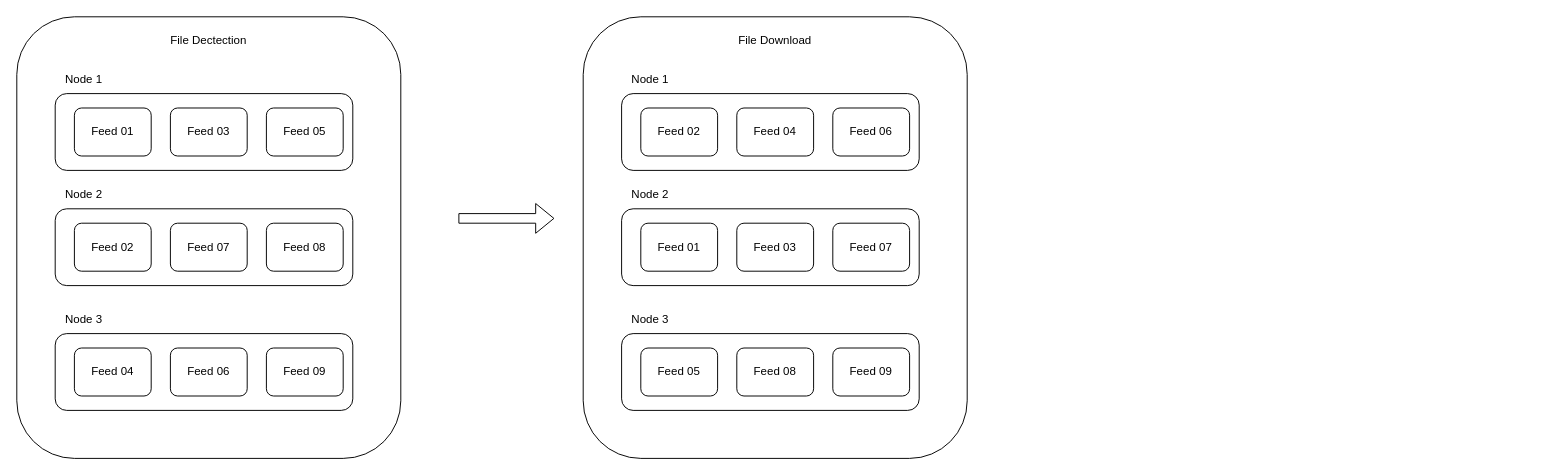
Earlier version of the draw.io diagram integration platform.drawio (EvanLeung08/eshare-architect-doc). Source tidied: cells renumbered, new cells numbered last; positions are measured from the earlier drawing's top-left corner, leaving out a move shared by most shapes. Both pictures are drawn from the tidied source at 96%, with x=0, y=0 at pixel (16, 16).
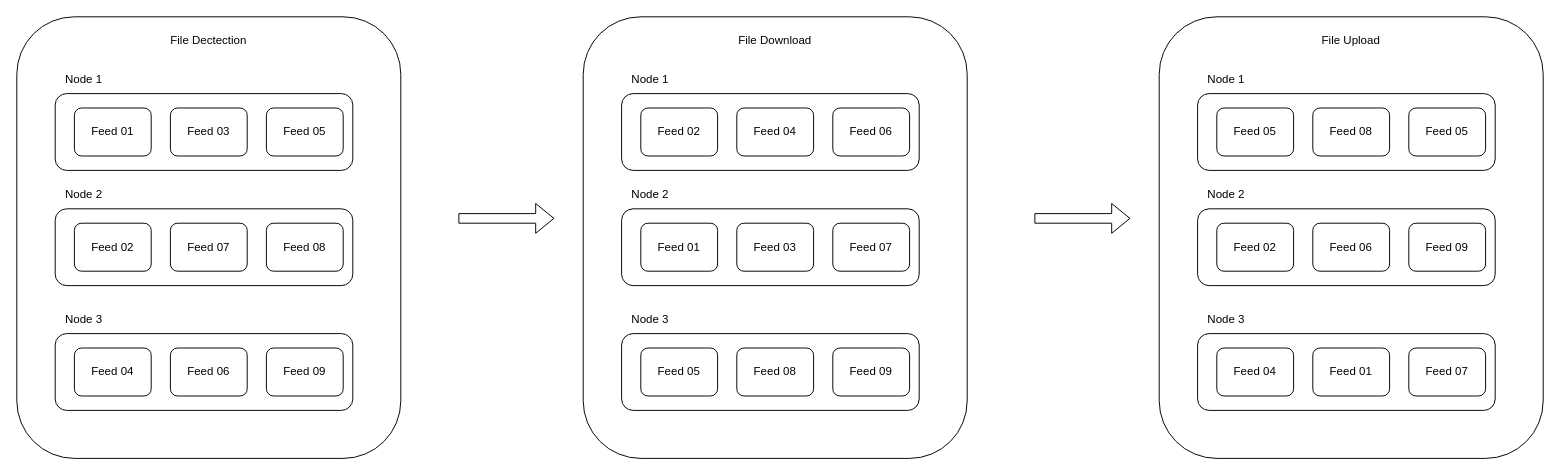
After the change.

Change to the diagram source:
```diff
@@
+    <mxCell id="37" style="rounded=1;whiteSpace=wrap;html=1;" parent="1" vertex="1">
+      <mxGeometry x="1190" width="400" height="460" as="geometry" />
+    </mxCell>
+    <mxCell id="38" style="rounded=1;whiteSpace=wrap;html=1;" parent="1" vertex="1">
+      <mxGeometry x="1230" y="80" width="310" height="80" as="geometry" />
+    </mxCell>
+    <mxCell id="39" value="Node 1" style="text;html=1;strokeColor=none;fillColor=none;align=center;verticalAlign=middle;whiteSpace=wrap;rounded=0;" parent="1" vertex="1">
+      <mxGeometry x="1230" y="50" width="60" height="30" as="geometry" />
+    </mxCell>
+    <mxCell id="40" value="Feed 05" style="rounded=1;whiteSpace=wrap;html=1;" parent="1" vertex="1">
+      <mxGeometry x="1250" y="95" width="80" height="50" as="geometry" />
+    </mxCell>
+    <mxCell id="41" value="Feed 08" style="rounded=1;whiteSpace=wrap;html=1;" parent="1" vertex="1">
+      <mxGeometry x="1350" y="95" width="80" height="50" as="geometry" />
+    </mxCell>
+    <mxCell id="42" value="Feed 05" style="rounded=1;whiteSpace=wrap;html=1;" parent="1" vertex="1">
+      <mxGeometry x="1450" y="95" width="80" height="50" as="geometry" />
+    </mxCell>
+    <mxCell id="43" style="rounded=1;whiteSpace=wrap;html=1;" parent="1" vertex="1">
+      <mxGeometry x="1230" y="200" width="310" height="80" as="geometry" />
+    </mxCell>
+    <mxCell id="44" value="Node 2" style="text;html=1;strokeColor=none;fillColor=none;align=center;verticalAlign=middle;whiteSpace=wrap;rounded=0;" parent="1" vertex="1">
+      <mxGeometry x="1230" y="170" width="60" height="30" as="geometry" />
+    </mxCell>
+    <mxCell id="45" value="Feed 02" style="rounded=1;whiteSpace=wrap;html=1;" parent="1" vertex="1">
+      <mxGeometry x="1250" y="215" width="80" height="50" as="geometry" />
+    </mxCell>
+    <mxCell id="46" value="Feed 06" style="rounded=1;whiteSpace=wrap;html=1;" parent="1" vertex="1">
+      <mxGeometry x="1350" y="215" width="80" height="50" as="geometry" />
+    </mxCell>
+    <mxCell id="47" value="Feed 09" style="rounded=1;whiteSpace=wrap;html=1;" parent="1" vertex="1">
+      <mxGeometry x="1450" y="215" width="80" height="50" as="geometry" />
+    </mxCell>
+    <mxCell id="48" style="rounded=1;whiteSpace=wrap;html=1;" parent="1" vertex="1">
+      <mxGeometry x="1230" y="330" width="310" height="80" as="geometry" />
+    </mxCell>
+    <mxCell id="49" value="Node 3" style="text;html=1;strokeColor=none;fillColor=none;align=center;verticalAlign=middle;whiteSpace=wrap;rounded=0;" parent="1" vertex="1">
+      <mxGeometry x="1230" y="300" width="60" height="30" as="geometry" />
+    </mxCell>
+    <mxCell id="50" value="Feed 04" style="rounded=1;whiteSpace=wrap;html=1;" parent="1" vertex="1">
+      <mxGeometry x="1250" y="345" width="80" height="50" as="geometry" />
+    </mxCell>
+    <mxCell id="51" value="Feed 01" style="rounded=1;whiteSpace=wrap;html=1;" parent="1" vertex="1">
+      <mxGeometry x="1350" y="345" width="80" height="50" as="geometry" />
+    </mxCell>
+    <mxCell id="52" value="Feed 07" style="rounded=1;whiteSpace=wrap;html=1;" parent="1" vertex="1">
+      <mxGeometry x="1450" y="345" width="80" height="50" as="geometry" />
+    </mxCell>
+    <mxCell id="53" value="File Upload" style="text;html=1;strokeColor=none;fillColor=none;align=center;verticalAlign=middle;whiteSpace=wrap;rounded=0;" parent="1" vertex="1">
+      <mxGeometry x="1335" y="10" width="110" height="30" as="geometry" />
+    </mxCell>
+    <mxCell id="54" style="shape=flexArrow;endArrow=classic;html=1;rounded=0;" parent="1" edge="1">
+      <mxGeometry relative="1" as="geometry">
+        <mxPoint x="1060" y="210" as="sourcePoint" />
+        <mxPoint x="1160" y="210" as="targetPoint" />
+      </mxGeometry>
+    </mxCell>
```
